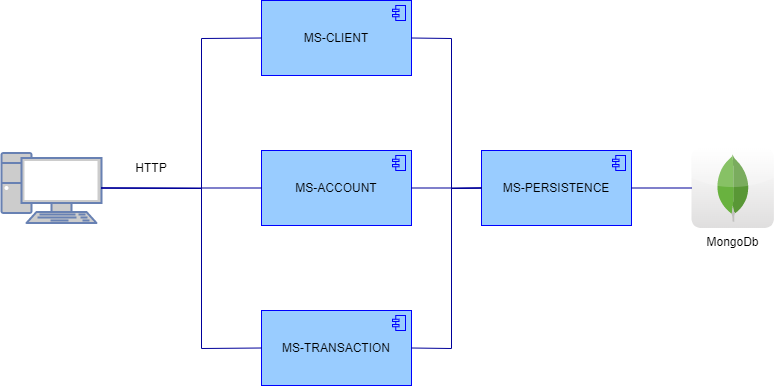
davidAngelesHuaman/boot-camp-project keeps this draw.io diagram as diagram.png. Above is the earlier version. Source tidied: cells renumbered, new cells last; positions are measured from the earlier drawing's top-left corner, leaving out a move shared by most shapes.
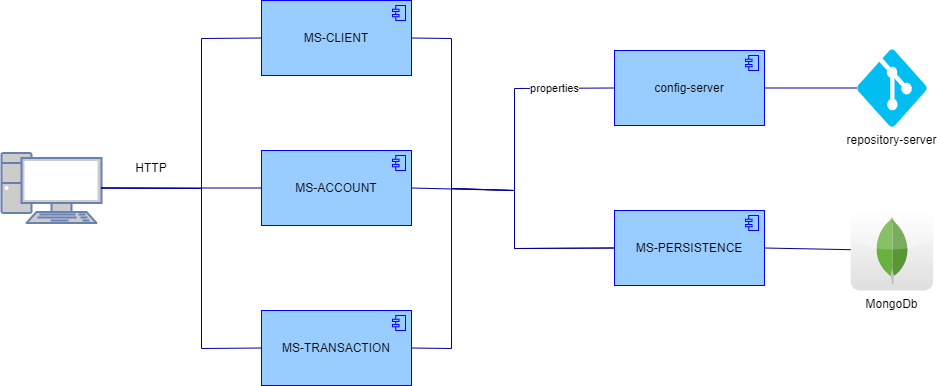
The same file after the commit.

Change to the diagram source:
```diff
@@ -3,10 +3,10 @@
     <mxCell id="0" />
     <mxCell id="1" parent="0" />
     <mxCell id="2" value="MS-PERSISTENCE" style="html=1;outlineConnect=0;whiteSpace=wrap;fillColor=#99CCFF;shape=mxgraph.archimate3.application;appType=comp;archiType=square;strokeColor=#0000FF;" parent="1" vertex="1">
-      <mxGeometry x="480" y="150" width="150" height="75" as="geometry" />
+      <mxGeometry x="613" y="210" width="150" height="75" as="geometry" />
     </mxCell>
     <mxCell id="3" value="MongoDb" style="dashed=0;outlineConnect=0;html=1;align=center;labelPosition=center;verticalLabelPosition=bottom;verticalAlign=top;shape=mxgraph.webicons.mongodb;gradientColor=#DFDEDE;strokeColor=#0000FF;" parent="1" vertex="1">
-      <mxGeometry x="690" y="147.5" width="82.4" height="80" as="geometry" />
+      <mxGeometry x="849.2" y="210" width="82.4" height="80" as="geometry" />
     </mxCell>
     <mxCell id="4" value="MS-CLIENT" style="html=1;outlineConnect=0;whiteSpace=wrap;fillColor=#99CCFF;shape=mxgraph.archimate3.application;appType=comp;archiType=square;strokeColor=#0000FF;" parent="1" vertex="1">
       <mxGeometry x="260" width="150" height="75" as="geometry" />
@@ -25,6 +25,8 @@
         <Array as="points">
           <mxPoint x="450" y="38" />
           <mxPoint x="450" y="188" />
+          <mxPoint x="513" y="190" />
+          <mxPoint x="513" y="248" />
         </Array>
       </mxGeometry>
     </mxCell>
@@ -33,12 +35,24 @@
         <Array as="points">
           <mxPoint x="450" y="348" />
           <mxPoint x="450" y="188" />
+          <mxPoint x="513" y="190" />
+          <mxPoint x="513" y="248" />
         </Array>
       </mxGeometry>
     </mxCell>
-    <mxCell id="10" style="endArrow=none;html=1;rounded=0;strokeColor=#000099;entryX=0;entryY=0.5;entryDx=0;entryDy=0;entryPerimeter=0;exitX=1;exitY=0.5;exitDx=0;exitDy=0;exitPerimeter=0;" parent="1" edge="1" source="5" target="2">
-      <mxGeometry relative="1" as="geometry" />
+    <mxCell id="10" style="endArrow=none;html=1;rounded=0;strokeColor=#000099;exitX=1;exitY=0.5;exitDx=0;exitDy=0;exitPerimeter=0;entryX=0;entryY=0.5;entryDx=0;entryDy=0;entryPerimeter=0;" parent="1" edge="1" source="5" target="17">
+      <mxGeometry relative="1" as="geometry">
+        <Array as="points">
+          <mxPoint x="513" y="190" />
+          <mxPoint x="513" y="88" />
+        </Array>
+      </mxGeometry>
     </mxCell>
+    <mxCell id="16" value="properties" style="edgeLabel;html=1;align=center;verticalAlign=middle;" parent="10" vertex="1">
+      <mxGeometry x="0.61" y="3" relative="1" as="geometry">
+        <mxPoint y="3" as="offset" />
+      </mxGeometry>
+    </mxCell>
     <mxCell id="11" style="fontColor=#0066CC;verticalAlign=top;verticalLabelPosition=bottom;labelPosition=center;align=center;html=1;outlineConnect=0;fillColor=#CCCCCC;strokeColor=#6881B3;gradientColor=none;gradientDirection=north;strokeWidth=2;shape=mxgraph.networks.pc;" parent="1" vertex="1">
       <mxGeometry y="152.5" width="100" height="70" as="geometry" />
     </mxCell>
@@ -64,5 +78,14 @@
     <mxCell id="15" value="HTTP" style="text;html=1;strokeColor=none;fillColor=none;align=center;verticalAlign=middle;whiteSpace=wrap;rounded=0;" parent="1" vertex="1">
       <mxGeometry x="120" y="152.5" width="60" height="30" as="geometry" />
     </mxCell>
+    <mxCell id="17" value="config-server" style="html=1;outlineConnect=0;whiteSpace=wrap;fillColor=#99CCFF;shape=mxgraph.archimate3.application;appType=comp;archiType=square;strokeColor=#0000FF;" parent="1" vertex="1">
+      <mxGeometry x="613" y="50" width="150" height="75" as="geometry" />
+    </mxCell>
+    <mxCell id="18" style="endArrow=none;html=1;rounded=0;exitX=1;exitY=0.5;exitDx=0;exitDy=0;exitPerimeter=0;strokeColor=#000099;" parent="1" edge="1" source="17" target="19">
+      <mxGeometry relative="1" as="geometry" />
+    </mxCell>
+    <mxCell id="19" value="repository-server" style="verticalLabelPosition=bottom;html=1;verticalAlign=top;align=center;strokeColor=none;fillColor=#00BEF2;shape=mxgraph.azure.git_repository;" parent="1" vertex="1">
+      <mxGeometry x="855.4" y="48.8" width="70" height="77.5" as="geometry" />
+    </mxCell>
   </root>
 </mxGraphModel>
```
